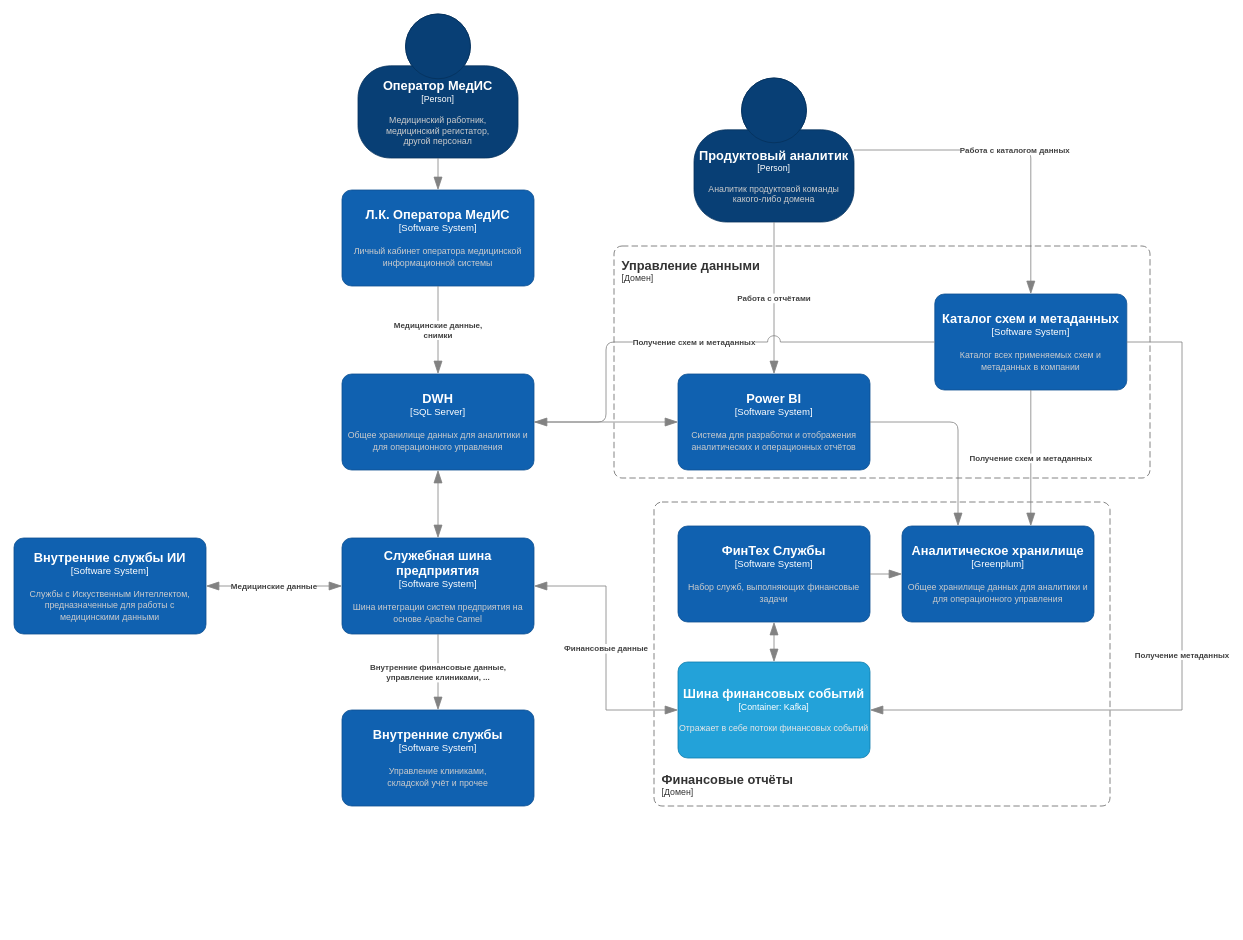
Earlier version of the draw.io diagram task-3/C4-containers-and-components-to-be-1.drawio (bitgorbovsky/yp-architecture-pro-future2.0). Source tidied: cells renumbered, new cells numbered last; positions are measured from the earlier drawing's top-left corner, leaving out a move shared by most shapes. Both pictures are drawn from the tidied source at 80%, with x=0, y=0 at pixel (14, 14).
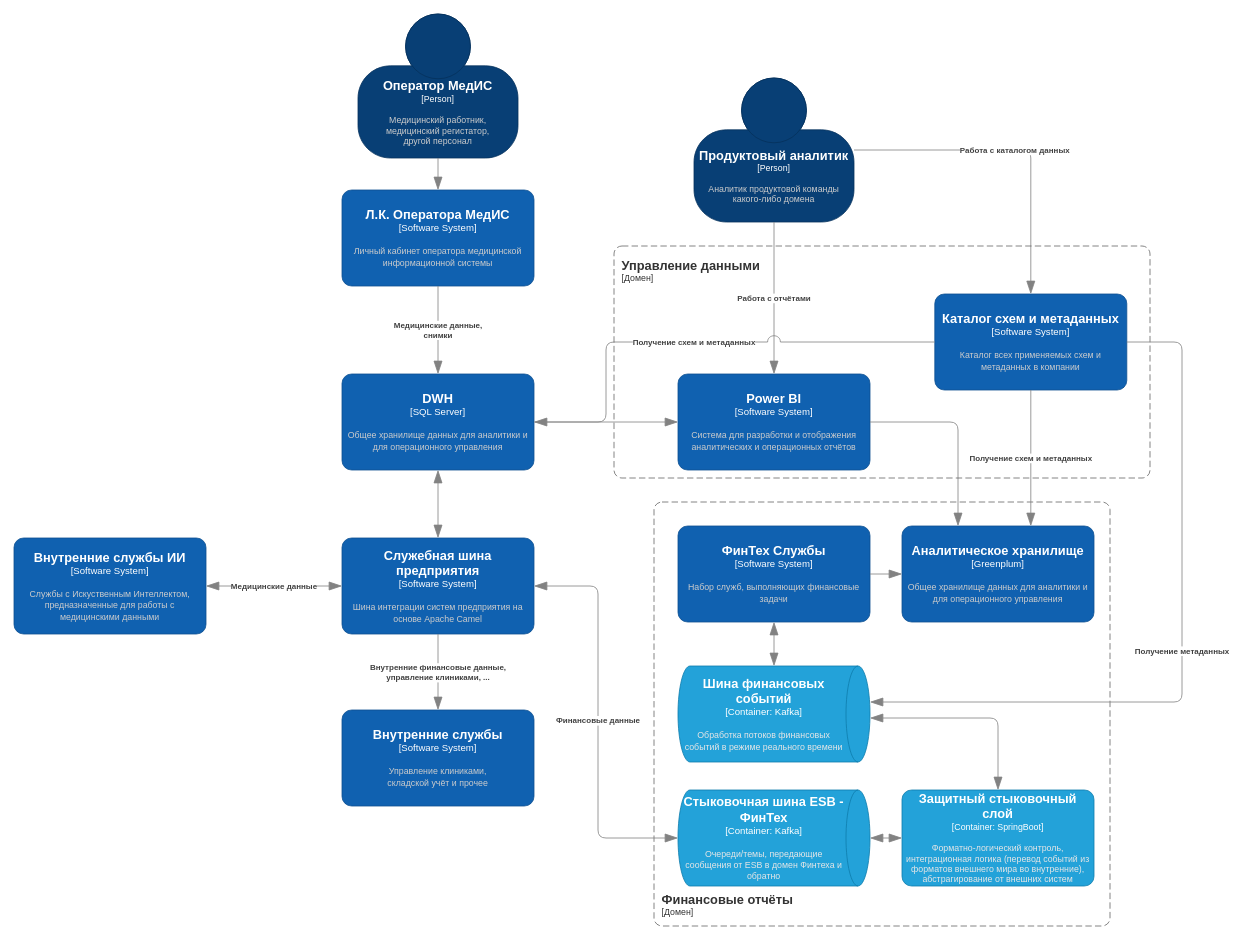
The same diagram, later.

Unchanged cells that the change refers to:
```xml
<object id="5" label="&lt;font style=&quot;font-size: 16px&quot;&gt;&lt;b&gt;%c4Name%&lt;/b&gt;&lt;/font&gt;&lt;div&gt;[%c4Type%]&lt;/div&gt;&lt;br&gt;&lt;div&gt;&lt;font style=&quot;font-size: 11px&quot;&gt;&lt;font color=&quot;#cccccc&quot;&gt;%c4Description%&lt;/font&gt;&lt;/div&gt;" c4Description="Шина интеграции систем предприятия на основе Apache Camel" c4Name="Служебная шина предприятия" c4Type="Software System" placeholders="1">
  <mxCell style="rounded=1;whiteSpace=wrap;html=1;labelBackgroundColor=none;fillColor=#1061B0;fontColor=#ffffff;align=center;arcSize=10;strokeColor=#0D5091;points=[[0.25,0,0],[0.5,0,0],[0.75,0,0],[1,0.25,0],[1,0.5,0],[1,0.75,0],[0.75,1,0],[0.5,1,0],[0.25,1,0],[0,0.75,0],[0,0.5,0],[0,0.25,0]];" parent="1" vertex="1">
    <mxGeometry x="410" y="655" width="240" height="120" as="geometry" />
  </mxCell>
</object>
<object id="6" label="&lt;font style=&quot;font-size: 16px&quot;&gt;&lt;b&gt;%c4Name%&lt;/b&gt;&lt;/font&gt;&lt;div&gt;[%c4Type%]&lt;/div&gt;&lt;br&gt;&lt;div&gt;&lt;font style=&quot;font-size: 11px&quot;&gt;&lt;font color=&quot;#cccccc&quot;&gt;%c4Description%&lt;/font&gt;&lt;/div&gt;" c4Description="Набор служб, выполняющих финансовые задачи" c4Name="ФинТех Службы" c4Type="Software System" placeholders="1">
  <mxCell style="rounded=1;whiteSpace=wrap;html=1;labelBackgroundColor=none;fillColor=#1061B0;fontColor=#ffffff;align=center;arcSize=10;strokeColor=#0D5091;points=[[0.25,0,0],[0.5,0,0],[0.75,0,0],[1,0.25,0],[1,0.5,0],[1,0.75,0],[0.75,1,0],[0.5,1,0],[0.25,1,0],[0,0.75,0],[0,0.5,0],[0,0.25,0]];" parent="1" vertex="1">
    <mxGeometry x="830" y="640" width="240" height="120" as="geometry" />
  </mxCell>
</object>
<object id="21" label="&lt;font style=&quot;font-size: 16px&quot;&gt;&lt;b&gt;%c4Name%&lt;/b&gt;&lt;/font&gt;&lt;div&gt;[%c4Type%]&lt;/div&gt;&lt;br&gt;&lt;div&gt;&lt;font style=&quot;font-size: 11px&quot;&gt;&lt;font color=&quot;#cccccc&quot;&gt;%c4Description%&lt;/font&gt;&lt;/div&gt;" c4Description="Каталог всех применяемых схем и метаданных в компании" c4Name="Каталог схем и метаданных" c4Type="Software System" placeholders="1">
  <mxCell style="rounded=1;whiteSpace=wrap;html=1;labelBackgroundColor=none;fillColor=#1061B0;fontColor=#ffffff;align=center;arcSize=10;strokeColor=#0D5091;points=[[0.25,0,0],[0.5,0,0],[0.75,0,0],[1,0.25,0],[1,0.5,0],[1,0.75,0],[0.75,1,0],[0.5,1,0],[0.25,1,0],[0,0.75,0],[0,0.5,0],[0,0.25,0]];" parent="1" vertex="1">
    <mxGeometry x="1151" y="350" width="240" height="120" as="geometry" />
  </mxCell>
</object>
```

Change to the diagram source:
```diff
@@
     <object id="2" label="&lt;font style=&quot;font-size: 16px&quot;&gt;&lt;b&gt;&lt;div style=&quot;text-align: left&quot;&gt;%c4Name%&lt;/div&gt;&lt;/b&gt;&lt;/font&gt;&lt;div style=&quot;text-align: left&quot;&gt;[%c4Application%]&lt;/div&gt;" c4Application="Домен" c4Name="Финансовые отчёты" placeholders="1">
       <mxCell style="rounded=1;fontSize=11;whiteSpace=wrap;html=1;dashed=1;arcSize=20;fillColor=none;strokeColor=#666666;fontColor=#333333;labelBackgroundColor=none;align=left;verticalAlign=bottom;labelBorderColor=none;spacingTop=0;spacing=10;dashPattern=8 4;perimeter=rectanglePerimeter;noLabel=0;labelPadding=0;absoluteArcSize=1;" parent="1" vertex="1">
-        <mxGeometry x="800" y="610" width="570" height="380" as="geometry" />
+        <mxGeometry x="800" y="610" width="570" height="530" as="geometry" />
       </mxCell>
     </object>
@@
     <object id="14" label="&lt;div style=&quot;text-align: left&quot;&gt;&lt;div style=&quot;text-align: center&quot;&gt;&lt;b&gt;%c4Description%&lt;/b&gt;&lt;/div&gt;" c4Description="Финансовые данные" placeholders="1">
-      <mxCell style="endArrow=blockThin;html=1;fontSize=10;fontColor=#404040;strokeWidth=1;endFill=1;strokeColor=#828282;elbow=vertical;endSize=14;startSize=14;jumpStyle=arc;jumpSize=16;rounded=0;edgeStyle=orthogonalEdgeStyle;startArrow=blockThin;startFill=1;" parent="1" edge="1" source="5" target="19">
+      <mxCell style="endArrow=blockThin;html=1;fontSize=10;fontColor=#404040;strokeWidth=1;endFill=1;strokeColor=#828282;elbow=vertical;endSize=14;startSize=14;jumpStyle=arc;jumpSize=16;rounded=1;edgeStyle=orthogonalEdgeStyle;startArrow=blockThin;startFill=1;curved=0;" parent="1" edge="1" source="5" target="31">
         <mxGeometry relative="1" as="geometry">
           <Array as="points">
-            <mxPoint x="740" y="715" />
-            <mxPoint x="740" y="870" />
+            <mxPoint x="730" y="715" />
           </Array>
         </mxGeometry>
       </mxCell>
     </object>
@@
-    <object id="19" label="&lt;font style=&quot;font-size: 16px&quot;&gt;&lt;b&gt;%c4Name%&lt;/b&gt;&lt;/font&gt;&lt;div&gt;[%c4Type%: %c4Technology%]&lt;/div&gt;&lt;br&gt;&lt;div&gt;&lt;font style=&quot;font-size: 11px&quot;&gt;&lt;font color=&quot;#E6E6E6&quot;&gt;%c4Description%&lt;/font&gt;&lt;/div&gt;" c4Description="Отражает в себе потоки финансовых событий" c4Name="Шина финансовых событий" c4Technology="Kafka" c4Type="Container" placeholders="1">
-      <mxCell style="rounded=1;whiteSpace=wrap;html=1;fontSize=11;labelBackgroundColor=none;fillColor=#23A2D9;fontColor=#ffffff;align=center;arcSize=10;strokeColor=#0E7DAD;points=[[0.25,0,0],[0.5,0,0],[0.75,0,0],[1,0.25,0],[1,0.5,0],[1,0.75,0],[0.75,1,0],[0.5,1,0],[0.25,1,0],[0,0.75,0],[0,0.5,0],[0,0.25,0]];" parent="1" vertex="1">
-        <mxGeometry x="830" y="810" width="240" height="120" as="geometry" />
-      </mxCell>
-    </object>
-    <mxCell id="20" style="endArrow=blockThin;html=1;fontSize=10;fontColor=#404040;strokeWidth=1;endFill=1;strokeColor=#828282;elbow=vertical;endSize=14;startSize=14;jumpStyle=arc;jumpSize=16;rounded=0;edgeStyle=orthogonalEdgeStyle;startArrow=blockThin;startFill=1;" parent="1" edge="1" source="6" target="19">
-      <mxGeometry relative="1" as="geometry" />
-    </mxCell>
@@
     <object id="30" label="&lt;div style=&quot;text-align: left&quot;&gt;&lt;div style=&quot;text-align: center&quot;&gt;&lt;b&gt;%c4Description%&lt;/b&gt;&lt;/div&gt;" c4Description="Получение метаданных" placeholders="1">
-      <mxCell style="endArrow=blockThin;html=1;fontSize=10;fontColor=#404040;strokeWidth=1;endFill=1;strokeColor=#828282;elbow=vertical;endSize=14;startSize=14;jumpStyle=arc;jumpSize=16;rounded=0;edgeStyle=orthogonalEdgeStyle;" parent="1" edge="1" source="21" target="19">
+      <mxCell style="endArrow=blockThin;html=1;fontSize=10;fontColor=#404040;strokeWidth=1;endFill=1;strokeColor=#828282;elbow=vertical;endSize=14;startSize=14;jumpStyle=arc;jumpSize=16;rounded=1;edgeStyle=orthogonalEdgeStyle;curved=0;" parent="1" edge="1" source="21" target="32">
         <mxGeometry relative="1" as="geometry">
           <Array as="points">
             <mxPoint x="1460" y="410" />
-            <mxPoint x="1460" y="870" />
+            <mxPoint x="1460" y="860" />
           </Array>
         </mxGeometry>
       </mxCell>
     </object>
+    <object id="19" label="&lt;font style=&quot;font-size: 16px&quot;&gt;&lt;b&gt;%c4Name%&lt;/b&gt;&lt;/font&gt;&lt;div&gt;[%c4Type%: %c4Technology%]&lt;/div&gt;&lt;br&gt;&lt;div&gt;&lt;font style=&quot;font-size: 11px&quot;&gt;&lt;font color=&quot;#E6E6E6&quot;&gt;%c4Description%&lt;/font&gt;&lt;/div&gt;" c4Description="Форматно-логический контроль, интеграционная логика (перевод событий из форматов внешнего мира во внутренние), абстрагирование от внешних систем" c4Name="Защитный стыковочный слой" c4Technology="SpringBoot" c4Type="Container" placeholders="1">
+      <mxCell style="rounded=1;whiteSpace=wrap;html=1;fontSize=11;labelBackgroundColor=none;fillColor=#23A2D9;fontColor=#ffffff;align=center;arcSize=10;strokeColor=#0E7DAD;points=[[0.25,0,0],[0.5,0,0],[0.75,0,0],[1,0.25,0],[1,0.5,0],[1,0.75,0],[0.75,1,0],[0.5,1,0],[0.25,1,0],[0,0.75,0],[0,0.5,0],[0,0.25,0]];" parent="1" vertex="1">
+        <mxGeometry x="1110" y="970" width="240" height="120" as="geometry" />
+      </mxCell>
+    </object>
+    <object id="31" label="&lt;font style=&quot;font-size: 16px&quot;&gt;&lt;b&gt;%c4Name%&lt;/b&gt;&lt;/font&gt;&lt;div&gt;[%c4Type%:&amp;nbsp;%c4Technology%]&lt;/div&gt;&lt;br&gt;&lt;div&gt;&lt;font style=&quot;font-size: 11px&quot;&gt;&lt;font color=&quot;#E6E6E6&quot;&gt;%c4Description%&lt;/font&gt;&lt;/div&gt;" c4Description="Очереди/темы, передающие сообщения от ESB в домен Финтеха и обратно" c4Name="Стыковочная шина ESB - ФинТех" c4Technology="Kafka" c4Type="Container" placeholders="1">
+      <mxCell style="shape=cylinder3;size=15;direction=south;whiteSpace=wrap;html=1;boundedLbl=1;rounded=0;labelBackgroundColor=none;fillColor=#23A2D9;fontSize=12;fontColor=#ffffff;align=center;strokeColor=#0E7DAD;points=[[0.5,0,0],[1,0.25,0],[1,0.5,0],[1,0.75,0],[0.5,1,0],[0,0.75,0],[0,0.5,0],[0,0.25,0]];" parent="1" vertex="1">
+        <mxGeometry x="830" y="970" width="240" height="120" as="geometry" />
+      </mxCell>
+    </object>
+    <object id="32" label="&lt;font style=&quot;font-size: 16px&quot;&gt;&lt;b&gt;%c4Name%&lt;/b&gt;&lt;/font&gt;&lt;div&gt;[%c4Type%:&amp;nbsp;%c4Technology%]&lt;/div&gt;&lt;br&gt;&lt;div&gt;&lt;font style=&quot;font-size: 11px&quot;&gt;&lt;font color=&quot;#E6E6E6&quot;&gt;%c4Description%&lt;/font&gt;&lt;/div&gt;" c4Description="Обработка потоков финансовых событий в режиме реального времени" c4Name="Шина финансовых событий" c4Technology="Kafka" c4Type="Container" placeholders="1">
+      <mxCell style="shape=cylinder3;size=15;direction=south;whiteSpace=wrap;html=1;boundedLbl=1;rounded=0;labelBackgroundColor=none;fillColor=#23A2D9;fontSize=12;fontColor=#ffffff;align=center;strokeColor=#0E7DAD;points=[[0.5,0,0],[1,0.25,0],[1,0.5,0],[1,0.75,0],[0.5,1,0],[0,0.75,0],[0,0.5,0],[0,0.25,0]];" parent="1" vertex="1">
+        <mxGeometry x="830" y="815" width="240" height="120" as="geometry" />
+      </mxCell>
+    </object>
+    <mxCell id="33" style="endArrow=blockThin;html=1;fontSize=10;fontColor=#404040;strokeWidth=1;endFill=1;strokeColor=#828282;elbow=vertical;endSize=14;startSize=14;jumpStyle=arc;jumpSize=16;rounded=1;edgeStyle=orthogonalEdgeStyle;curved=0;startArrow=blockThin;startFill=1;" parent="1" edge="1" source="31" target="19">
+      <mxGeometry relative="1" as="geometry" />
+    </mxCell>
+    <mxCell id="34" style="endArrow=blockThin;html=1;fontSize=10;fontColor=#404040;strokeWidth=1;endFill=1;strokeColor=#828282;elbow=vertical;endSize=14;startSize=14;jumpStyle=arc;jumpSize=16;rounded=1;edgeStyle=orthogonalEdgeStyle;curved=0;startArrow=blockThin;startFill=1;" parent="1" edge="1" source="32" target="19">
+      <mxGeometry relative="1" as="geometry">
+        <Array as="points">
+          <mxPoint x="1230" y="880" />
+        </Array>
+      </mxGeometry>
+    </mxCell>
+    <mxCell id="35" style="endArrow=blockThin;html=1;fontSize=10;fontColor=#404040;strokeWidth=1;endFill=1;strokeColor=#828282;elbow=vertical;endSize=14;startSize=14;jumpStyle=arc;jumpSize=16;rounded=0;edgeStyle=orthogonalEdgeStyle;startArrow=blockThin;startFill=1;" parent="1" edge="1" source="6" target="32">
+      <mxGeometry relative="1" as="geometry" />
+    </mxCell>
```
